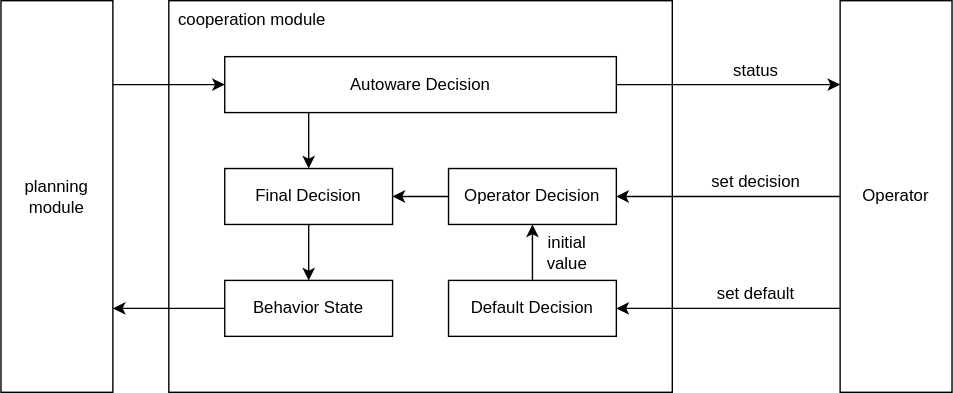
Before: docs/design/autoware-interfaces/ad-api/list/api/cooperation/docs/architecture.drawio.svg, a diagram exported from draw.io (autowarefoundation/autoware-documentation). Source tidied: cells renumbered, new cells last; positions are measured from the earlier drawing's top-left corner, leaving out a move shared by most shapes.
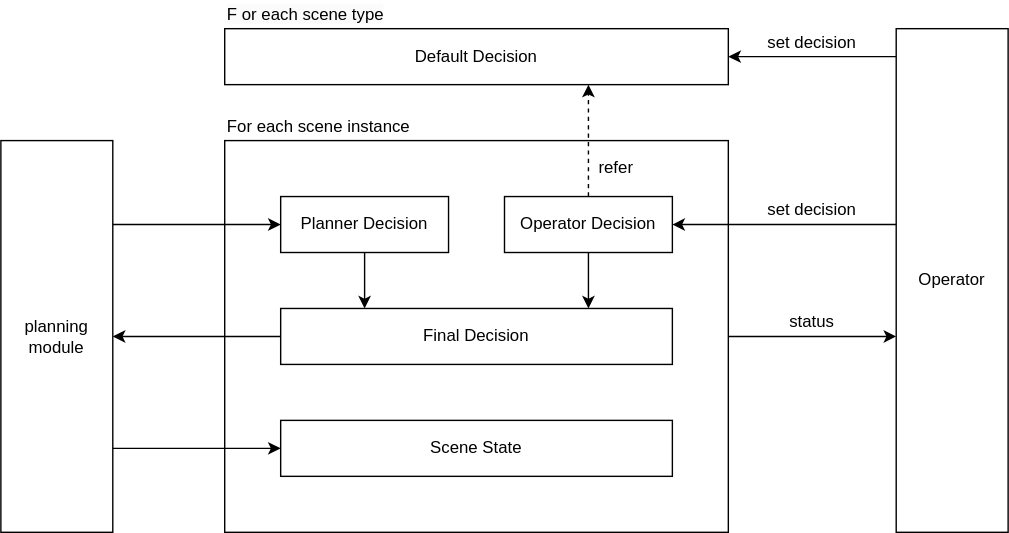
The same file after the commit.

What changed in the source:
```diff
@@ -2,98 +2,119 @@
   <root>
     <mxCell id="0" />
     <mxCell id="1" parent="0" />
+    <mxCell id="23" style="edgeStyle=orthogonalEdgeStyle;rounded=0;html=1;" parent="1" edge="1" source="2" target="17">
+      <mxGeometry relative="1" as="geometry">
+        <Array as="points">
+          <mxPoint x="610" y="220" />
+          <mxPoint x="610" y="220" />
+        </Array>
+      </mxGeometry>
+    </mxCell>
-    <mxCell id="2" value="cooperation module" style="rounded=0;whiteSpace=wrap;html=1;verticalAlign=top;align=left;spacingLeft=5;" parent="1" vertex="1">
-      <mxGeometry x="120" width="360" height="280" as="geometry" />
+    <mxCell id="2" style="rounded=0;whiteSpace=wrap;html=1;verticalAlign=top;align=left;spacingLeft=5;" parent="1" vertex="1">
+      <mxGeometry x="160" y="80" width="360" height="280" as="geometry" />
     </mxCell>
-    <mxCell id="3" style="edgeStyle=orthogonalEdgeStyle;rounded=0;html=1;" parent="1" edge="1" source="4" target="7">
-      <mxGeometry relative="1" as="geometry">
-        <Array as="points">
-          <mxPoint x="100" y="60" />
-          <mxPoint x="100" y="60" />
-        </Array>
-      </mxGeometry>
-    </mxCell>
+    <mxCell id="24" style="edgeStyle=orthogonalEdgeStyle;rounded=0;html=1;" parent="1" edge="1" source="4" target="22">
+      <mxGeometry relative="1" as="geometry">
+        <Array as="points">
+          <mxPoint x="100" y="300" />
+          <mxPoint x="100" y="300" />
+        </Array>
+      </mxGeometry>
+    </mxCell>
+    <mxCell id="25" style="edgeStyle=orthogonalEdgeStyle;rounded=0;html=1;" parent="1" edge="1" source="4" target="30">
+      <mxGeometry relative="1" as="geometry">
+        <Array as="points">
+          <mxPoint x="100" y="140" />
+          <mxPoint x="100" y="140" />
+        </Array>
+      </mxGeometry>
+    </mxCell>
     <mxCell id="4" value="planning&lt;br&gt;module" style="rounded=0;whiteSpace=wrap;html=1;" parent="1" vertex="1">
-      <mxGeometry width="80" height="280" as="geometry" />
+      <mxGeometry y="80" width="80" height="280" as="geometry" />
     </mxCell>
-    <mxCell id="5" style="edgeStyle=orthogonalEdgeStyle;html=1;rounded=0;" parent="1" edge="1" source="7" target="14">
-      <mxGeometry relative="1" as="geometry">
-        <Array as="points">
-          <mxPoint x="220" y="110" />
-          <mxPoint x="220" y="110" />
-        </Array>
-      </mxGeometry>
-    </mxCell>
-    <mxCell id="6" style="edgeStyle=orthogonalEdgeStyle;rounded=0;html=1;exitX=1;exitY=0.5;exitDx=0;exitDy=0;" parent="1" edge="1" source="7" target="17">
-      <mxGeometry relative="1" as="geometry">
-        <Array as="points">
-          <mxPoint x="560" y="60" />
-          <mxPoint x="560" y="60" />
-        </Array>
-      </mxGeometry>
-    </mxCell>
+    <mxCell id="26" style="edgeStyle=orthogonalEdgeStyle;rounded=0;html=1;" parent="1" edge="1" source="7" target="4">
+      <mxGeometry relative="1" as="geometry">
+        <Array as="points">
+          <mxPoint x="100" y="220" />
+          <mxPoint x="100" y="220" />
+        </Array>
+      </mxGeometry>
+    </mxCell>
-    <mxCell id="7" value="Autoware Decision" style="rounded=0;whiteSpace=wrap;html=1;" parent="1" vertex="1">
-      <mxGeometry x="160" y="40" width="280" height="40" as="geometry" />
+    <mxCell id="7" value="Final Decision" style="rounded=0;whiteSpace=wrap;html=1;" parent="1" vertex="1">
+      <mxGeometry x="200" y="200" width="280" height="40" as="geometry" />
     </mxCell>
-    <mxCell id="8" style="edgeStyle=none;html=1;" parent="1" edge="1" source="9" target="14">
-      <mxGeometry relative="1" as="geometry" />
-    </mxCell>
-    <mxCell id="9" value="Operator Decision" style="rounded=0;whiteSpace=wrap;html=1;" parent="1" vertex="1">
-      <mxGeometry x="320" y="120" width="120" height="40" as="geometry" />
-    </mxCell>
-    <mxCell id="10" style="edgeStyle=none;html=1;" parent="1" edge="1" source="11" target="9">
-      <mxGeometry relative="1" as="geometry" />
-    </mxCell>
-    <mxCell id="11" value="Default Decision" style="rounded=0;whiteSpace=wrap;html=1;" parent="1" vertex="1">
-      <mxGeometry x="320" y="200" width="120" height="40" as="geometry" />
+    <mxCell id="11" value="Default Decision&lt;span style=&quot;text-align: left;&quot;&gt;&lt;br&gt;&lt;/span&gt;" style="rounded=0;whiteSpace=wrap;html=1;" parent="1" vertex="1">
+      <mxGeometry x="160" width="360" height="40" as="geometry" />
     </mxCell>
-    <mxCell id="12" value="initial&lt;br&gt;value" style="text;html=1;strokeColor=none;fillColor=none;align=center;verticalAlign=middle;whiteSpace=wrap;rounded=0;" parent="1" vertex="1">
-      <mxGeometry x="380" y="160" width="50" height="40" as="geometry" />
-    </mxCell>
-    <mxCell id="13" style="edgeStyle=none;html=1;" parent="1" edge="1" source="14" target="22">
-      <mxGeometry relative="1" as="geometry" />
-    </mxCell>
-    <mxCell id="14" value="Final Decision" style="rounded=0;whiteSpace=wrap;html=1;" parent="1" vertex="1">
-      <mxGeometry x="160" y="120" width="120" height="40" as="geometry" />
-    </mxCell>
-    <mxCell id="15" style="edgeStyle=orthogonalEdgeStyle;rounded=0;html=1;entryX=1;entryY=0.5;entryDx=0;entryDy=0;" parent="1" edge="1" source="17" target="9">
+    <mxCell id="15" style="edgeStyle=orthogonalEdgeStyle;rounded=0;html=1;" parent="1" edge="1" source="17" target="9">
       <mxGeometry relative="1" as="geometry">
         <Array as="points">
-          <mxPoint x="510" y="140" />
-          <mxPoint x="510" y="140" />
+          <mxPoint x="600" y="140" />
+          <mxPoint x="600" y="140" />
         </Array>
       </mxGeometry>
     </mxCell>
     <mxCell id="16" style="edgeStyle=orthogonalEdgeStyle;rounded=0;html=1;" parent="1" edge="1" source="17" target="11">
       <mxGeometry relative="1" as="geometry">
         <Array as="points">
-          <mxPoint x="560" y="220" />
-          <mxPoint x="560" y="220" />
+          <mxPoint x="560" y="20" />
+          <mxPoint x="560" y="20" />
         </Array>
       </mxGeometry>
     </mxCell>
     <mxCell id="17" value="Operator" style="rounded=0;whiteSpace=wrap;html=1;" parent="1" vertex="1">
-      <mxGeometry x="600" width="80" height="280" as="geometry" />
+      <mxGeometry x="640" width="80" height="360" as="geometry" />
     </mxCell>
     <mxCell id="18" value="status" style="text;html=1;strokeColor=none;fillColor=none;align=center;verticalAlign=middle;whiteSpace=wrap;rounded=0;" parent="1" vertex="1">
-      <mxGeometry x="490" y="40" width="100" height="20" as="geometry" />
+      <mxGeometry x="530" y="200" width="100" height="20" as="geometry" />
     </mxCell>
     <mxCell id="19" value="set decision" style="text;html=1;strokeColor=none;fillColor=none;align=center;verticalAlign=middle;whiteSpace=wrap;rounded=0;" parent="1" vertex="1">
-      <mxGeometry x="490" y="120" width="100" height="20" as="geometry" />
+      <mxGeometry x="530" y="120" width="100" height="20" as="geometry" />
     </mxCell>
-    <mxCell id="20" value="set default" style="text;html=1;strokeColor=none;fillColor=none;align=center;verticalAlign=middle;whiteSpace=wrap;rounded=0;" parent="1" vertex="1">
-      <mxGeometry x="490" y="200" width="100" height="20" as="geometry" />
-    </mxCell>
-    <mxCell id="21" style="edgeStyle=orthogonalEdgeStyle;html=1;rounded=0;" parent="1" edge="1" source="22" target="4">
-      <mxGeometry relative="1" as="geometry">
-        <Array as="points">
-          <mxPoint x="100" y="220" />
-          <mxPoint x="100" y="220" />
-        </Array>
-      </mxGeometry>
-    </mxCell>
-    <mxCell id="22" value="Behavior State" style="rounded=0;whiteSpace=wrap;html=1;" parent="1" vertex="1">
-      <mxGeometry x="160" y="200" width="120" height="40" as="geometry" />
+    <mxCell id="22" value="Scene&amp;nbsp;State" style="rounded=0;whiteSpace=wrap;html=1;" parent="1" vertex="1">
+      <mxGeometry x="200" y="280" width="280" height="40" as="geometry" />
     </mxCell>
+    <mxCell id="27" style="edgeStyle=orthogonalEdgeStyle;rounded=0;html=1;" parent="1" edge="1" source="9" target="7">
+      <mxGeometry relative="1" as="geometry">
+        <Array as="points">
+          <mxPoint x="420" y="190" />
+          <mxPoint x="420" y="190" />
+        </Array>
+      </mxGeometry>
+    </mxCell>
+    <mxCell id="28" style="edgeStyle=orthogonalEdgeStyle;rounded=0;html=1;dashed=1;" parent="1" edge="1" source="9" target="11">
+      <mxGeometry relative="1" as="geometry">
+        <Array as="points">
+          <mxPoint x="420" y="60" />
+          <mxPoint x="420" y="60" />
+        </Array>
+      </mxGeometry>
+    </mxCell>
+    <mxCell id="9" value="Operator Decision" style="rounded=0;whiteSpace=wrap;html=1;" parent="1" vertex="1">
+      <mxGeometry x="360" y="120" width="120" height="40" as="geometry" />
+    </mxCell>
+    <mxCell id="29" style="edgeStyle=orthogonalEdgeStyle;rounded=0;html=1;" parent="1" edge="1" source="30" target="7">
+      <mxGeometry relative="1" as="geometry">
+        <Array as="points">
+          <mxPoint x="260" y="190" />
+          <mxPoint x="260" y="190" />
+        </Array>
+      </mxGeometry>
+    </mxCell>
+    <mxCell id="30" value="Planner Decision" style="rounded=0;whiteSpace=wrap;html=1;" parent="1" vertex="1">
+      <mxGeometry x="200" y="120" width="120" height="40" as="geometry" />
+    </mxCell>
+    <mxCell id="31" value="refer" style="text;html=1;strokeColor=none;fillColor=none;align=center;verticalAlign=middle;whiteSpace=wrap;rounded=0;" parent="1" vertex="1">
+      <mxGeometry x="420" y="90" width="40" height="20" as="geometry" />
+    </mxCell>
+    <mxCell id="32" value="set decision" style="text;html=1;strokeColor=none;fillColor=none;align=center;verticalAlign=middle;whiteSpace=wrap;rounded=0;" parent="1" vertex="1">
+      <mxGeometry x="530" width="100" height="20" as="geometry" />
+    </mxCell>
+    <mxCell id="33" value="&lt;span style=&quot;color: rgb(0, 0, 0); font-family: Helvetica; font-size: 12px; font-style: normal; font-variant-ligatures: normal; font-variant-caps: normal; font-weight: 400; letter-spacing: normal; orphans: 2; text-indent: 0px; text-transform: none; widows: 2; word-spacing: 0px; -webkit-text-stroke-width: 0px; background-color: rgb(251, 251, 251); text-decoration-thickness: initial; text-decoration-style: initial; text-decoration-color: initial; float: none; display: inline !important;&quot;&gt;F&lt;/span&gt;&lt;span style=&quot;border-color: var(--border-color); color: rgb(0, 0, 0); font-family: Helvetica; font-size: 12px; font-style: normal; font-variant-ligatures: normal; font-variant-caps: normal; font-weight: 400; letter-spacing: normal; orphans: 2; text-indent: 0px; text-transform: none; widows: 2; word-spacing: 0px; -webkit-text-stroke-width: 0px; background-color: rgb(251, 251, 251); text-decoration-thickness: initial; text-decoration-style: initial; text-decoration-color: initial;&quot;&gt;or each scene type&lt;/span&gt;" style="text;html=1;strokeColor=none;fillColor=none;align=left;verticalAlign=middle;whiteSpace=wrap;rounded=0;" parent="1" vertex="1">
+      <mxGeometry x="160" y="-20" width="160" height="20" as="geometry" />
+    </mxCell>
+    <mxCell id="34" value="&lt;span style=&quot;&quot;&gt;For each scene instance&lt;/span&gt;" style="text;html=1;strokeColor=none;fillColor=none;align=left;verticalAlign=middle;whiteSpace=wrap;rounded=0;" parent="1" vertex="1">
+      <mxGeometry x="160" y="60" width="160" height="20" as="geometry" />
+    </mxCell>
   </root>
 </mxGraphModel>
```
